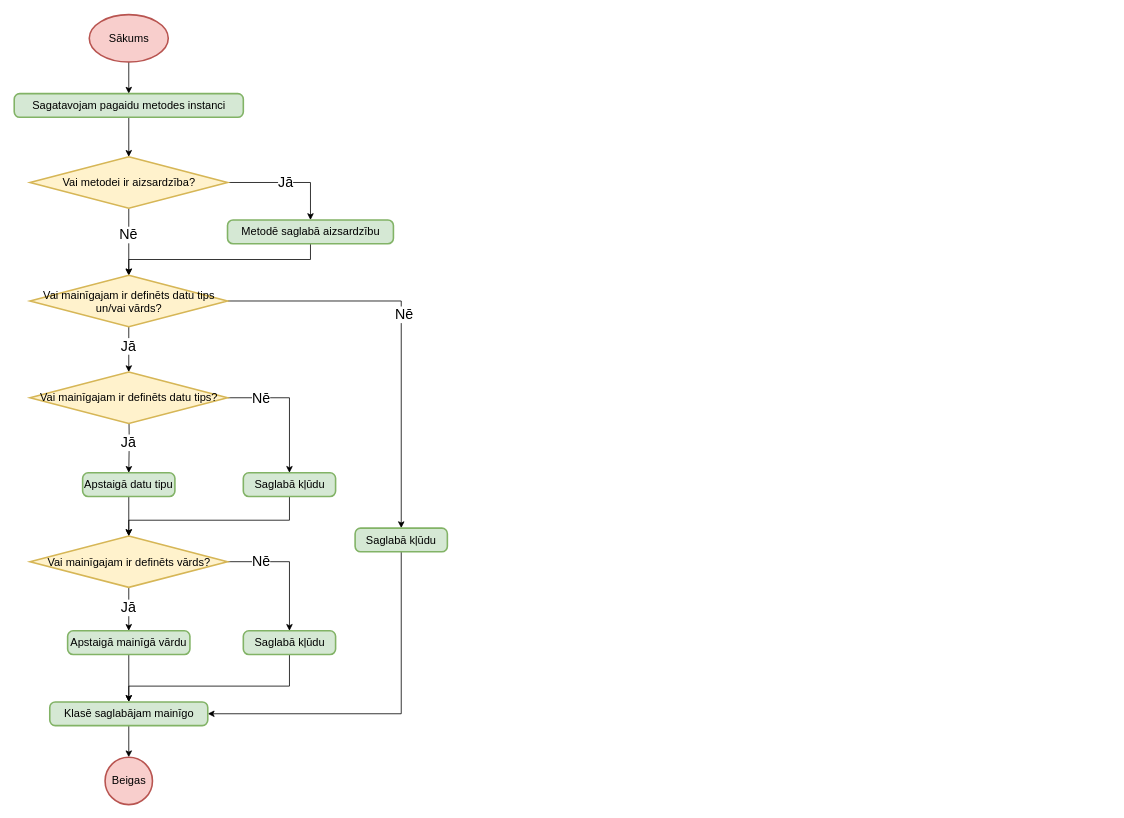
artiks12/webAppOS keeps this draw.io diagram as page "Metodes kompilēšana" (1 of 10) of src/Kvalifikacijas darbs/Diagrammas/Kompilators/Metodes.drawio. Above is the earlier version. Source tidied: cells renumbered, new cells numbered last; positions are measured from the earlier drawing's top-left corner, leaving out a move shared by most shapes. Both pictures are drawn from the tidied source at 79%, with x=0, y=0 at pixel (14, 14).
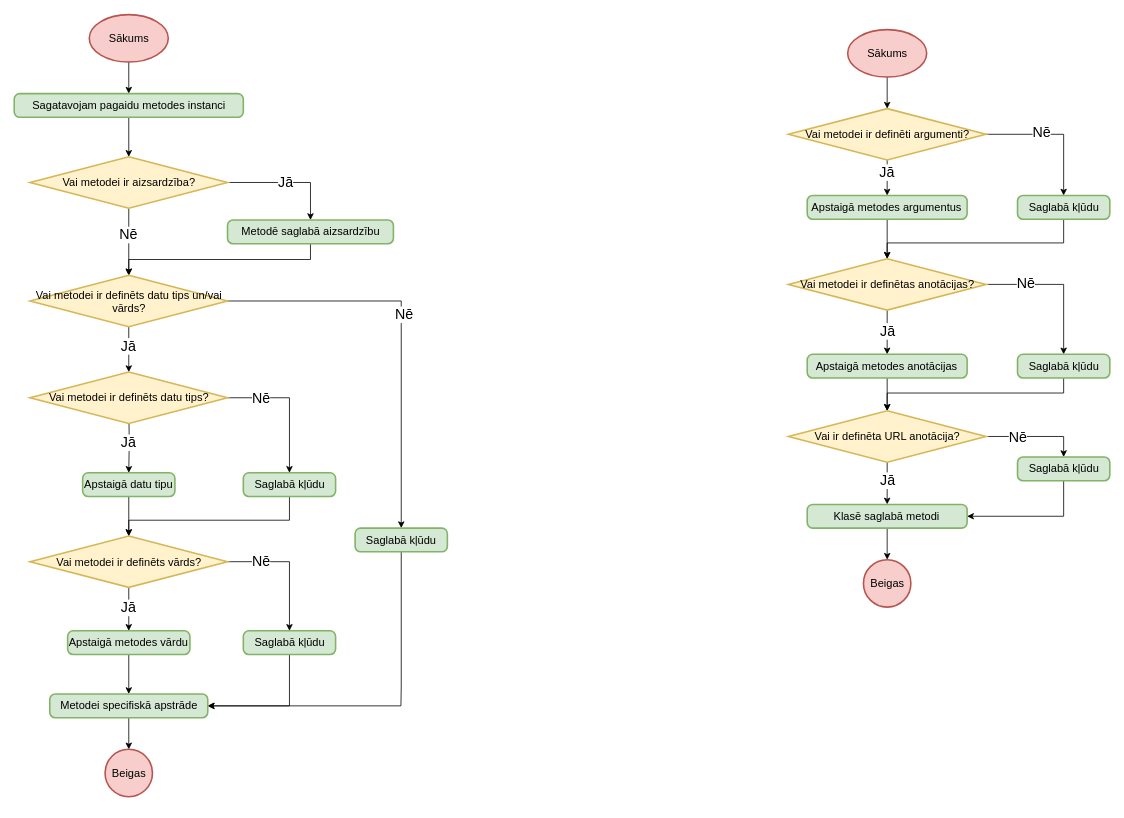
After the change.

The change refers to these unchanged cells:
```xml
<mxCell id="20" value="Saglabā kļūdu" style="rounded=1;whiteSpace=wrap;html=1;absoluteArcSize=1;arcSize=14;strokeWidth=2;fontSize=14;fillColor=#d5e8d4;strokeColor=#82b366;" parent="1" vertex="1">
  <mxGeometry x="431" y="650" width="116.8" height="30" as="geometry" />
</mxCell>
<mxCell id="39" value="Saglabā kļūdu" style="rounded=1;whiteSpace=wrap;html=1;absoluteArcSize=1;arcSize=14;strokeWidth=2;fontSize=14;fillColor=#d5e8d4;strokeColor=#82b366;" parent="1" vertex="1">
  <mxGeometry x="289.5" y="780" width="116.8" height="30" as="geometry" />
</mxCell>
```

What changed in the source:
```diff
@@
-    <mxCell id="17" value="Vai mainīgajam ir definēts datu tips un/vai vārds?" style="strokeWidth=2;html=1;shape=mxgraph.flowchart.decision;whiteSpace=wrap;fontSize=14;fillColor=#fff2cc;strokeColor=#d6b656;" parent="1" vertex="1">
+    <mxCell id="17" value="Vai metodei ir definēts datu tips un/vai vārds?" style="strokeWidth=2;html=1;shape=mxgraph.flowchart.decision;whiteSpace=wrap;fontSize=14;fillColor=#fff2cc;strokeColor=#d6b656;" parent="1" vertex="1">
       <mxGeometry x="19.5" y="330" width="250" height="65" as="geometry" />
     </mxCell>
@@
-    <mxCell id="19" style="edgeStyle=orthogonalEdgeStyle;rounded=0;jettySize=auto;html=1;entryX=1;entryY=0.5;entryDx=0;entryDy=0;exitX=0.5;exitY=1;exitDx=0;exitDy=0;" parent="1" edge="1" source="20" target="22">
-      <mxGeometry relative="1" as="geometry" />
+    <mxCell id="19" style="edgeStyle=orthogonalEdgeStyle;rounded=0;jettySize=auto;html=1;entryX=1;entryY=0.5;entryDx=0;entryDy=0;exitX=0.5;exitY=1;exitDx=0;exitDy=0;" parent="1" edge="1" source="20" target="42">
+      <mxGeometry relative="1" as="geometry">
+        <Array as="points">
+          <mxPoint x="489" y="850" />
+          <mxPoint x="489" y="915" />
+        </Array>
+      </mxGeometry>
     </mxCell>
@@
-    <mxCell id="21" style="edgeStyle=orthogonalEdgeStyle;rounded=0;jettySize=auto;html=1;entryX=0.5;entryY=0;entryDx=0;entryDy=0;entryPerimeter=0;" parent="1" edge="1" source="22" target="23">
-      <mxGeometry relative="1" as="geometry" />
-    </mxCell>
-    <mxCell id="22" value="Klasē saglabājam mainīgo" style="rounded=1;whiteSpace=wrap;html=1;absoluteArcSize=1;arcSize=14;strokeWidth=2;fontSize=14;fillColor=#d5e8d4;strokeColor=#82b366;" parent="1" vertex="1">
-      <mxGeometry x="44.5" y="870" width="200" height="30" as="geometry" />
-    </mxCell>
-    <mxCell id="23" value="Beigas" style="strokeWidth=2;html=1;shape=mxgraph.flowchart.start_2;whiteSpace=wrap;fontSize=14;fillColor=#f8cecc;strokeColor=#b85450;" parent="1" vertex="1">
-      <mxGeometry x="114.5" y="940" width="60" height="60" as="geometry" />
-    </mxCell>
@@
-    <mxCell id="25" value="Vai mainīgajam ir definēts datu tips?" style="strokeWidth=2;html=1;shape=mxgraph.flowchart.decision;whiteSpace=wrap;fontSize=14;fillColor=#fff2cc;strokeColor=#d6b656;" parent="1" vertex="1">
+    <mxCell id="25" value="Vai metodei ir definēts datu tips?" style="strokeWidth=2;html=1;shape=mxgraph.flowchart.decision;whiteSpace=wrap;fontSize=14;fillColor=#fff2cc;strokeColor=#d6b656;" parent="1" vertex="1">
       <mxGeometry x="19.5" y="452.5" width="250" height="65" as="geometry" />
     </mxCell>
@@
-    <mxCell id="28" value="Vai mainīgajam ir definēts vārds?" style="strokeWidth=2;html=1;shape=mxgraph.flowchart.decision;whiteSpace=wrap;fontSize=14;fillColor=#fff2cc;strokeColor=#d6b656;" parent="1" vertex="1">
+    <mxCell id="28" value="Vai metodei ir definēts vārds?" style="strokeWidth=2;html=1;shape=mxgraph.flowchart.decision;whiteSpace=wrap;fontSize=14;fillColor=#fff2cc;strokeColor=#d6b656;" parent="1" vertex="1">
       <mxGeometry x="19.5" y="660" width="250" height="65" as="geometry" />
     </mxCell>
@@
-    <mxCell id="32" style="edgeStyle=orthogonalEdgeStyle;rounded=0;jettySize=auto;html=1;entryX=0.5;entryY=0;entryDx=0;entryDy=0;" parent="1" edge="1" source="33" target="22">
+    <mxCell id="32" style="edgeStyle=orthogonalEdgeStyle;rounded=0;jettySize=auto;html=1;entryX=0.5;entryY=0;entryDx=0;entryDy=0;" parent="1" edge="1" source="33" target="42">
       <mxGeometry relative="1" as="geometry" />
     </mxCell>
-    <mxCell id="33" value="Apstaigā mainīgā vārdu" style="rounded=1;whiteSpace=wrap;html=1;absoluteArcSize=1;arcSize=14;strokeWidth=2;fontSize=14;fillColor=#d5e8d4;strokeColor=#82b366;" parent="1" vertex="1">
+    <mxCell id="33" value="Apstaigā metodes vārdu" style="rounded=1;whiteSpace=wrap;html=1;absoluteArcSize=1;arcSize=14;strokeWidth=2;fontSize=14;fillColor=#d5e8d4;strokeColor=#82b366;" parent="1" vertex="1">
       <mxGeometry x="67.1" y="780" width="154.8" height="30" as="geometry" />
     </mxCell>
@@
-    <mxCell id="38" style="edgeStyle=orthogonalEdgeStyle;rounded=0;jettySize=auto;html=1;entryX=0.5;entryY=0;entryDx=0;entryDy=0;" parent="1" edge="1" source="39" target="22">
+    <mxCell id="38" style="edgeStyle=orthogonalEdgeStyle;rounded=0;jettySize=auto;html=1;entryX=1;entryY=0.5;entryDx=0;entryDy=0;" parent="1" edge="1" source="39" target="42">
       <mxGeometry relative="1" as="geometry">
         <Array as="points">
-          <mxPoint x="348" y="850" />
-          <mxPoint x="145" y="850" />
+          <mxPoint x="348" y="875" />
         </Array>
       </mxGeometry>
     </mxCell>
@@
+    <mxCell id="41" style="edgeStyle=orthogonalEdgeStyle;rounded=0;jettySize=auto;html=1;entryX=0.5;entryY=0;entryDx=0;entryDy=0;entryPerimeter=0;" parent="1" edge="1" source="42" target="43">
+      <mxGeometry relative="1" as="geometry" />
+    </mxCell>
+    <mxCell id="42" value="Metodei specifiskā apstrāde" style="rounded=1;whiteSpace=wrap;html=1;absoluteArcSize=1;arcSize=14;strokeWidth=2;fontSize=14;fillColor=#d5e8d4;strokeColor=#82b366;" parent="1" vertex="1">
+      <mxGeometry x="44.5" y="860" width="200" height="30" as="geometry" />
+    </mxCell>
+    <mxCell id="43" value="Beigas" style="strokeWidth=2;html=1;shape=mxgraph.flowchart.start_2;whiteSpace=wrap;fontSize=14;fillColor=#f8cecc;strokeColor=#b85450;" parent="1" vertex="1">
+      <mxGeometry x="114.5" y="930" width="60" height="60" as="geometry" />
+    </mxCell>
+    <mxCell id="44" style="edgeStyle=orthogonalEdgeStyle;rounded=0;jettySize=auto;html=1;entryX=0.5;entryY=0;entryDx=0;entryDy=0;" parent="1" edge="1" source="46" target="48">
+      <mxGeometry relative="1" as="geometry" />
+    </mxCell>
+    <mxCell id="45" style="edgeStyle=orthogonalEdgeStyle;rounded=0;jettySize=auto;html=1;" parent="1" edge="1" source="46" target="50">
+      <mxGeometry relative="1" as="geometry" />
+    </mxCell>
+    <mxCell id="46" value="Vai metodei ir definēti argumenti?" style="strokeWidth=2;html=1;shape=mxgraph.flowchart.decision;whiteSpace=wrap;fontSize=14;fillColor=#fff2cc;strokeColor=#d6b656;" parent="1" vertex="1">
+      <mxGeometry x="979.5" y="119" width="250" height="65" as="geometry" />
+    </mxCell>
+    <mxCell id="47" style="edgeStyle=orthogonalEdgeStyle;rounded=0;jettySize=auto;html=1;entryX=0.5;entryY=0;entryDx=0;entryDy=0;entryPerimeter=0;" parent="1" edge="1" source="48" target="58">
+      <mxGeometry relative="1" as="geometry">
+        <Array as="points">
+          <mxPoint x="1327.5" y="289" />
+          <mxPoint x="1104.5" y="289" />
+        </Array>
+      </mxGeometry>
+    </mxCell>
+    <mxCell id="48" value="Saglabā kļūdu" style="rounded=1;whiteSpace=wrap;html=1;absoluteArcSize=1;arcSize=14;strokeWidth=2;fontSize=14;fillColor=#d5e8d4;strokeColor=#82b366;" parent="1" vertex="1">
+      <mxGeometry x="1269.5" y="229" width="116.8" height="30" as="geometry" />
+    </mxCell>
+    <mxCell id="49" style="edgeStyle=orthogonalEdgeStyle;rounded=0;jettySize=auto;html=1;" parent="1" edge="1" source="50" target="58">
+      <mxGeometry relative="1" as="geometry" />
+    </mxCell>
+    <mxCell id="50" value="Apstaigā metodes argumentus" style="rounded=1;whiteSpace=wrap;html=1;absoluteArcSize=1;arcSize=14;strokeWidth=2;fontSize=14;fillColor=#d5e8d4;strokeColor=#82b366;" parent="1" vertex="1">
+      <mxGeometry x="1003.3" y="229" width="202.4" height="30" as="geometry" />
+    </mxCell>
+    <mxCell id="51" value="&lt;font style=&quot;font-size: 18px&quot;&gt;Jā&lt;/font&gt;" style="edgeLabel;html=1;align=center;verticalAlign=middle;" parent="1" vertex="1">
+      <mxGeometry x="1103.5" y="199" as="geometry" />
+    </mxCell>
+    <mxCell id="52" value="&lt;font style=&quot;font-size: 18px&quot;&gt;Nē&lt;/font&gt;" style="edgeLabel;html=1;align=center;verticalAlign=middle;" parent="1" vertex="1">
+      <mxGeometry x="1299.4" y="149" as="geometry" />
+    </mxCell>
+    <mxCell id="53" style="edgeStyle=orthogonalEdgeStyle;rounded=0;jettySize=auto;html=1;" parent="1" edge="1" source="54" target="46">
+      <mxGeometry relative="1" as="geometry" />
+    </mxCell>
+    <mxCell id="54" value="Sākums" style="strokeWidth=2;html=1;shape=mxgraph.flowchart.start_1;whiteSpace=wrap;fontSize=14;fillColor=#f8cecc;strokeColor=#b85450;" parent="1" vertex="1">
+      <mxGeometry x="1054.5" y="19" width="100" height="60" as="geometry" />
+    </mxCell>
+    <mxCell id="55" style="edgeStyle=orthogonalEdgeStyle;rounded=0;jettySize=auto;html=1;entryX=0.5;entryY=0;entryDx=0;entryDy=0;" parent="1" edge="1" source="58" target="60">
+      <mxGeometry relative="1" as="geometry" />
+    </mxCell>
+    <mxCell id="56" value="&lt;font style=&quot;font-size: 18px&quot;&gt;Jā&lt;/font&gt;" style="edgeLabel;html=1;align=center;verticalAlign=middle;" parent="55" vertex="1">
+      <mxGeometry x="-0.79" relative="1" as="geometry">
+        <mxPoint y="20" as="offset" />
+      </mxGeometry>
+    </mxCell>
+    <mxCell id="57" style="edgeStyle=orthogonalEdgeStyle;rounded=0;jettySize=auto;html=1;" parent="1" edge="1" source="58" target="69">
+      <mxGeometry relative="1" as="geometry" />
+    </mxCell>
+    <mxCell id="58" value="Vai metodei ir definētas anotācijas?" style="strokeWidth=2;html=1;shape=mxgraph.flowchart.decision;whiteSpace=wrap;fontSize=14;fillColor=#fff2cc;strokeColor=#d6b656;" parent="1" vertex="1">
+      <mxGeometry x="979.5" y="309" width="250" height="65" as="geometry" />
+    </mxCell>
+    <mxCell id="59" style="edgeStyle=orthogonalEdgeStyle;rounded=0;jettySize=auto;html=1;entryX=0.5;entryY=0;entryDx=0;entryDy=0;entryPerimeter=0;" parent="1" edge="1" source="60" target="64">
+      <mxGeometry relative="1" as="geometry" />
+    </mxCell>
+    <mxCell id="60" value="Apstaigā metodes anotācijas" style="rounded=1;whiteSpace=wrap;html=1;absoluteArcSize=1;arcSize=14;strokeWidth=2;fontSize=14;fillColor=#d5e8d4;strokeColor=#82b366;" parent="1" vertex="1">
+      <mxGeometry x="1003.3" y="430" width="202.4" height="30" as="geometry" />
+    </mxCell>
+    <mxCell id="61" style="edgeStyle=orthogonalEdgeStyle;rounded=0;jettySize=auto;html=1;" parent="1" edge="1" source="64" target="66">
+      <mxGeometry relative="1" as="geometry" />
+    </mxCell>
+    <mxCell id="62" value="&lt;font style=&quot;font-size: 18px&quot;&gt;Jā&lt;/font&gt;" style="edgeLabel;html=1;align=center;verticalAlign=middle;" parent="61" vertex="1">
+      <mxGeometry x="0.28" y="1" relative="1" as="geometry">
+        <mxPoint x="-1" y="-11" as="offset" />
+      </mxGeometry>
+    </mxCell>
+    <mxCell id="63" style="edgeStyle=orthogonalEdgeStyle;rounded=0;jettySize=auto;html=1;entryX=0.5;entryY=0;entryDx=0;entryDy=0;" parent="1" edge="1" source="64" target="71">
+      <mxGeometry relative="1" as="geometry" />
+    </mxCell>
+    <mxCell id="64" value="Vai ir definēta URL anotācija?" style="strokeWidth=2;html=1;shape=mxgraph.flowchart.decision;whiteSpace=wrap;fontSize=14;fillColor=#fff2cc;strokeColor=#d6b656;" parent="1" vertex="1">
+      <mxGeometry x="979.5" y="501.5" width="250" height="65" as="geometry" />
+    </mxCell>
+    <mxCell id="65" style="edgeStyle=orthogonalEdgeStyle;rounded=0;jettySize=auto;html=1;entryX=0.5;entryY=0;entryDx=0;entryDy=0;entryPerimeter=0;" parent="1" edge="1" source="66" target="67">
+      <mxGeometry relative="1" as="geometry" />
+    </mxCell>
+    <mxCell id="66" value="Klasē saglabā metodi" style="rounded=1;whiteSpace=wrap;html=1;absoluteArcSize=1;arcSize=14;strokeWidth=2;fontSize=14;fillColor=#d5e8d4;strokeColor=#82b366;" parent="1" vertex="1">
+      <mxGeometry x="1003.3" y="620" width="202.4" height="30" as="geometry" />
+    </mxCell>
+    <mxCell id="67" value="Beigas" style="strokeWidth=2;html=1;shape=mxgraph.flowchart.start_2;whiteSpace=wrap;fontSize=14;fillColor=#f8cecc;strokeColor=#b85450;" parent="1" vertex="1">
+      <mxGeometry x="1074.5" y="690" width="60" height="60" as="geometry" />
+    </mxCell>
+    <mxCell id="68" style="edgeStyle=orthogonalEdgeStyle;rounded=0;jettySize=auto;html=1;entryX=0.5;entryY=0;entryDx=0;entryDy=0;entryPerimeter=0;" parent="1" edge="1" source="69" target="64">
+      <mxGeometry relative="1" as="geometry">
+        <Array as="points">
+          <mxPoint x="1327.5" y="479" />
+          <mxPoint x="1104.5" y="479" />
+        </Array>
+      </mxGeometry>
+    </mxCell>
+    <mxCell id="69" value="Saglabā kļūdu" style="rounded=1;whiteSpace=wrap;html=1;absoluteArcSize=1;arcSize=14;strokeWidth=2;fontSize=14;fillColor=#d5e8d4;strokeColor=#82b366;" parent="1" vertex="1">
+      <mxGeometry x="1269.5" y="430" width="116.8" height="30" as="geometry" />
+    </mxCell>
+    <mxCell id="70" style="edgeStyle=orthogonalEdgeStyle;rounded=0;jettySize=auto;html=1;entryX=1;entryY=0.5;entryDx=0;entryDy=0;exitX=0.5;exitY=1;exitDx=0;exitDy=0;" parent="1" edge="1" source="71" target="66">
+      <mxGeometry relative="1" as="geometry" />
+    </mxCell>
+    <mxCell id="71" value="Saglabā kļūdu" style="rounded=1;whiteSpace=wrap;html=1;absoluteArcSize=1;arcSize=14;strokeWidth=2;fontSize=14;fillColor=#d5e8d4;strokeColor=#82b366;" parent="1" vertex="1">
+      <mxGeometry x="1269.5" y="560" width="116.8" height="30" as="geometry" />
+    </mxCell>
+    <mxCell id="72" value="&lt;font style=&quot;font-size: 18px&quot;&gt;Nē&lt;/font&gt;" style="edgeLabel;html=1;align=center;verticalAlign=middle;" parent="1" vertex="1">
+      <mxGeometry x="1279.5" y="339" as="geometry" />
+    </mxCell>
+    <mxCell id="73" value="&lt;font style=&quot;font-size: 18px&quot;&gt;Nē&lt;/font&gt;" style="edgeLabel;html=1;align=center;verticalAlign=middle;" parent="1" vertex="1">
+      <mxGeometry x="1269.5" y="534" as="geometry" />
+    </mxCell>
```
